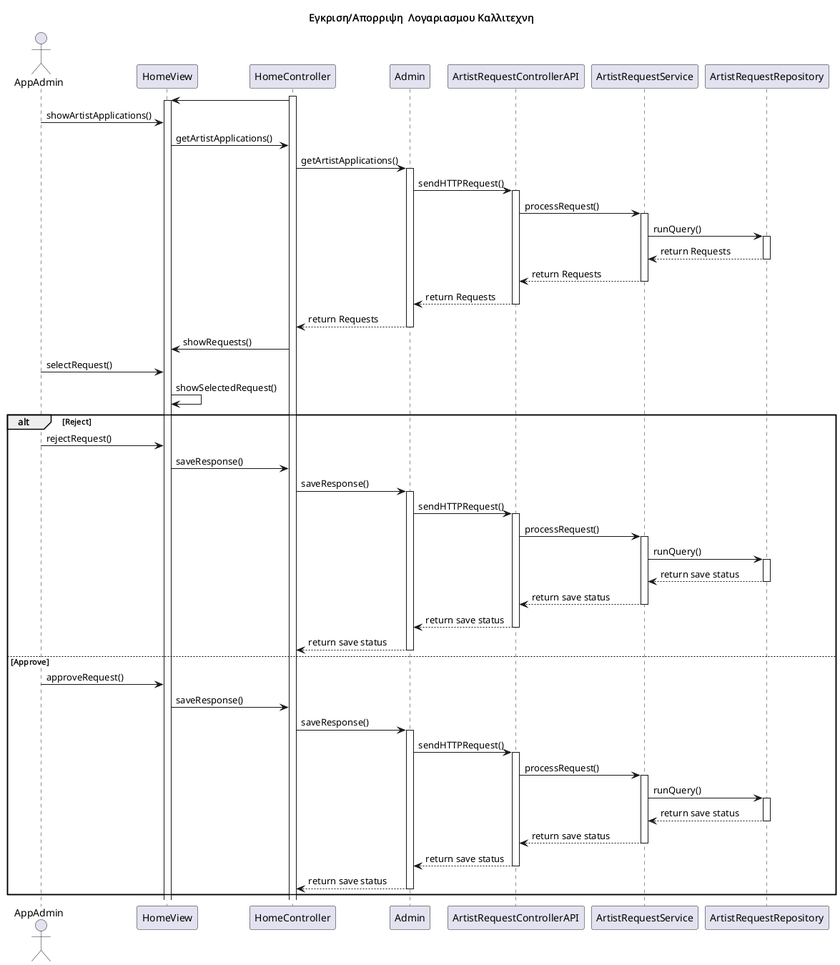
This is Paradoteo_2/SequenceDiagrams/SequenceDiagram6.png from RubenKingCP/Tunix, a PlantUML export, as it was before one commit. The source it was exported from:
```plantuml
@startuml name

title Εγκριση/Απορριψη  Λογαριασμου Καλλιτεχνη

actor AppAdmin
participant HomeView
participant HomeController
participant Admin
participant ArtistRequestControllerAPI
participant ArtistRequestService
participant ArtistRequestRepository

activate HomeController
HomeController -> HomeView
activate HomeView
AppAdmin -> HomeView : showArtistApplications()
HomeView -> HomeController : getArtistApplications()
HomeController -> Admin : getArtistApplications()
activate Admin
Admin -> ArtistRequestControllerAPI : sendHTTPRequest()
activate ArtistRequestControllerAPI
ArtistRequestControllerAPI -> ArtistRequestService : processRequest()
activate ArtistRequestService
ArtistRequestService -> ArtistRequestRepository : runQuery()
activate ArtistRequestRepository
ArtistRequestRepository --> ArtistRequestService : return Requests
deactivate ArtistRequestRepository
ArtistRequestService --> ArtistRequestControllerAPI : return Requests
deactivate ArtistRequestService
ArtistRequestControllerAPI --> Admin : return Requests
deactivate ArtistRequestControllerAPI
Admin --> HomeController : return Requests
deactivate Admin
HomeController -> HomeView : showRequests()
AppAdmin -> HomeView : selectRequest()
HomeView -> HomeView : showSelectedRequest()
alt Reject
    AppAdmin -> HomeView : rejectRequest()
    HomeView -> HomeController : saveResponse()
    HomeController -> Admin : saveResponse()
    activate Admin
    Admin -> ArtistRequestControllerAPI : sendHTTPRequest()
    activate ArtistRequestControllerAPI
    ArtistRequestControllerAPI -> ArtistRequestService : processRequest()
    activate ArtistRequestService
    ArtistRequestService -> ArtistRequestRepository : runQuery()
    activate ArtistRequestRepository
    ArtistRequestRepository --> ArtistRequestService : return save status
    deactivate ArtistRequestRepository
    ArtistRequestService --> ArtistRequestControllerAPI : return save status
    deactivate ArtistRequestService
    ArtistRequestControllerAPI --> Admin : return save status
    deactivate ArtistRequestControllerAPI
    Admin --> HomeController : return save status
    deactivate Admin
else Approve
    AppAdmin -> HomeView : approveRequest()
    HomeView -> HomeController : saveResponse()
    HomeController -> Admin : saveResponse()
    activate Admin
    Admin -> ArtistRequestControllerAPI : sendHTTPRequest()
    activate ArtistRequestControllerAPI
    ArtistRequestControllerAPI -> ArtistRequestService : processRequest()
    activate ArtistRequestService
    ArtistRequestService -> ArtistRequestRepository : runQuery()
    activate ArtistRequestRepository
    ArtistRequestRepository --> ArtistRequestService : return save status
    deactivate ArtistRequestRepository
    ArtistRequestService --> ArtistRequestControllerAPI : return save status
    deactivate ArtistRequestService
    ArtistRequestControllerAPI --> Admin : return save status
    deactivate ArtistRequestControllerAPI
    Admin --> HomeController : return save status
    deactivate Admin
end

@enduml
```
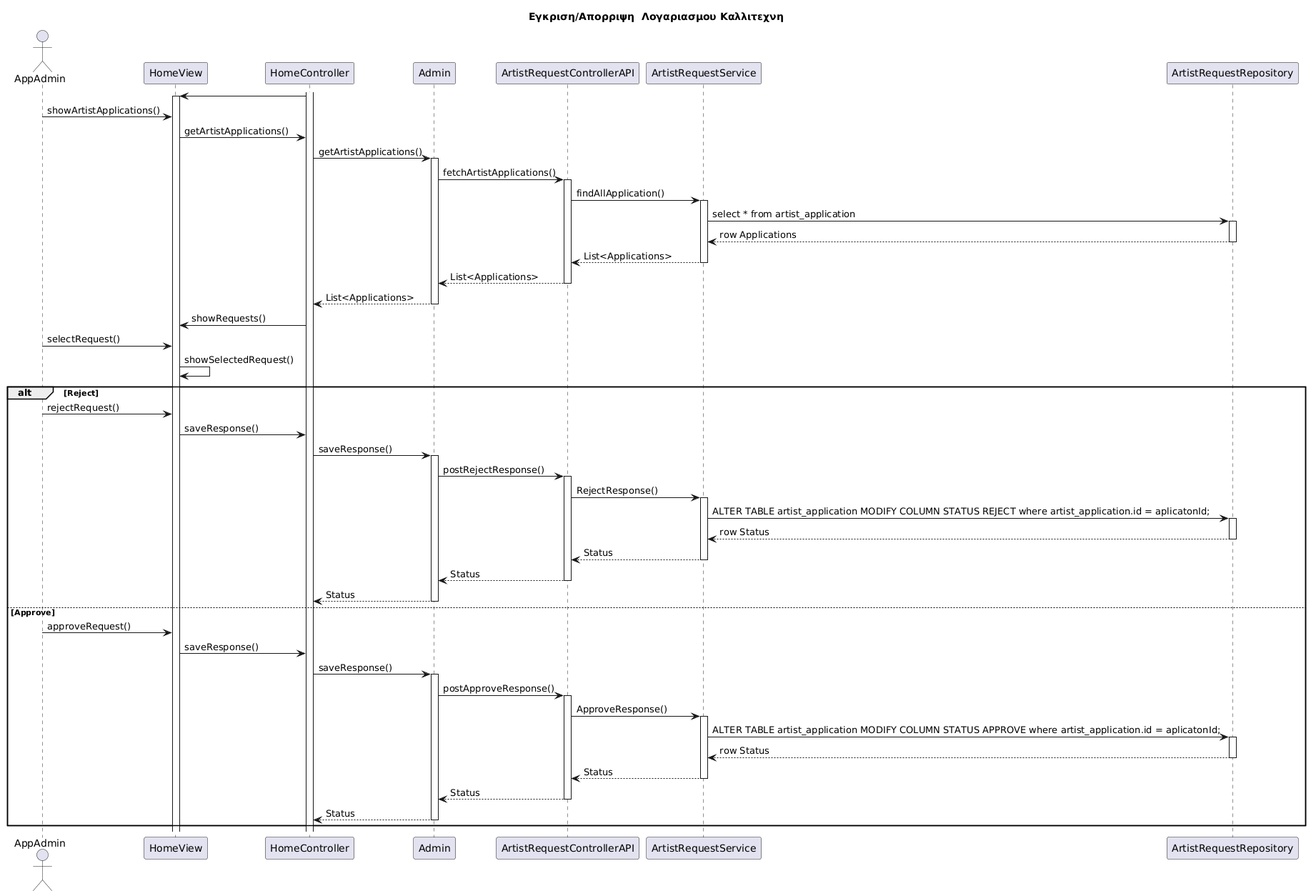
After the commit.

Commit message:
Refactor 5th and 6th sequence to better explain the databasse methods

Diff of the diagram source:
```diff
@@ -1,5 +1,4 @@
-@startuml name
-
+@startuml
 title Εγκριση/Απορριψη  Λογαριασμου Καλλιτεχνη
 
 actor AppAdmin
@@ -17,19 +16,19 @@
 HomeView -> HomeController : getArtistApplications()
 HomeController -> Admin : getArtistApplications()
 activate Admin
-Admin -> ArtistRequestControllerAPI : sendHTTPRequest()
+Admin -> ArtistRequestControllerAPI : fetchArtistApplications()
 activate ArtistRequestControllerAPI
-ArtistRequestControllerAPI -> ArtistRequestService : processRequest()
+ArtistRequestControllerAPI -> ArtistRequestService : findAllApplication()
 activate ArtistRequestService
-ArtistRequestService -> ArtistRequestRepository : runQuery()
+ArtistRequestService -> ArtistRequestRepository : select * from artist_application
 activate ArtistRequestRepository
-ArtistRequestRepository --> ArtistRequestService : return Requests
+ArtistRequestRepository --> ArtistRequestService : row Applications
 deactivate ArtistRequestRepository
-ArtistRequestService --> ArtistRequestControllerAPI : return Requests
+ArtistRequestService --> ArtistRequestControllerAPI : List<Applications>
 deactivate ArtistRequestService
-ArtistRequestControllerAPI --> Admin : return Requests
+ArtistRequestControllerAPI --> Admin : List<Applications>
 deactivate ArtistRequestControllerAPI
-Admin --> HomeController : return Requests
+Admin --> HomeController : List<Applications>
 deactivate Admin
 HomeController -> HomeView : showRequests()
 AppAdmin -> HomeView : selectRequest()
@@ -39,39 +38,38 @@
     HomeView -> HomeController : saveResponse()
     HomeController -> Admin : saveResponse()
     activate Admin
-    Admin -> ArtistRequestControllerAPI : sendHTTPRequest()
+    Admin -> ArtistRequestControllerAPI : postRejectResponse()
     activate ArtistRequestControllerAPI
-    ArtistRequestControllerAPI -> ArtistRequestService : processRequest()
+    ArtistRequestControllerAPI -> ArtistRequestService : RejectResponse()
     activate ArtistRequestService
-    ArtistRequestService -> ArtistRequestRepository : runQuery()
+    ArtistRequestService -> ArtistRequestRepository : ALTER TABLE artist_application MODIFY COLUMN STATUS REJECT where artist_application.id = aplicatonId;
     activate ArtistRequestRepository
-    ArtistRequestRepository --> ArtistRequestService : return save status
+    ArtistRequestRepository --> ArtistRequestService : row Status
     deactivate ArtistRequestRepository
-    ArtistRequestService --> ArtistRequestControllerAPI : return save status
+    ArtistRequestService --> ArtistRequestControllerAPI : Status
     deactivate ArtistRequestService
-    ArtistRequestControllerAPI --> Admin : return save status
+    ArtistRequestControllerAPI --> Admin : Status
     deactivate ArtistRequestControllerAPI
-    Admin --> HomeController : return save status
+    Admin --> HomeController : Status
     deactivate Admin
 else Approve
     AppAdmin -> HomeView : approveRequest()
     HomeView -> HomeController : saveResponse()
     HomeController -> Admin : saveResponse()
     activate Admin
-    Admin -> ArtistRequestControllerAPI : sendHTTPRequest()
+    Admin -> ArtistRequestControllerAPI : postApproveResponse()
     activate ArtistRequestControllerAPI
-    ArtistRequestControllerAPI -> ArtistRequestService : processRequest()
+    ArtistRequestControllerAPI -> ArtistRequestService : ApproveResponse()
     activate ArtistRequestService
-    ArtistRequestService -> ArtistRequestRepository : runQuery()
+    ArtistRequestService -> ArtistRequestRepository : ALTER TABLE artist_application MODIFY COLUMN STATUS APPROVE where artist_application.id = aplicatonId;
     activate ArtistRequestRepository
-    ArtistRequestRepository --> ArtistRequestService : return save status
+    ArtistRequestRepository --> ArtistRequestService : row Status
     deactivate ArtistRequestRepository
-    ArtistRequestService --> ArtistRequestControllerAPI : return save status
+    ArtistRequestService --> ArtistRequestControllerAPI : Status
     deactivate ArtistRequestService
-    ArtistRequestControllerAPI --> Admin : return save status
+    ArtistRequestControllerAPI --> Admin : Status
     deactivate ArtistRequestControllerAPI
-    Admin --> HomeController : return save status
+    Admin --> HomeController : Status
     deactivate Admin
 end
-
 @enduml
```
